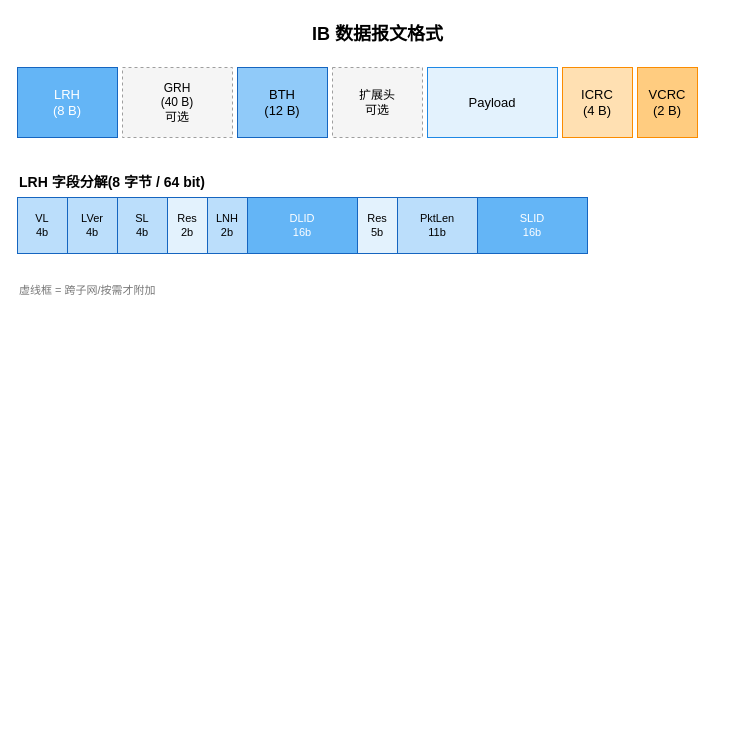
Earlier version of the draw.io diagram images/21-ib-packet-format.drawio (xiaok1051/Articles). Source tidied: cells renumbered, new cells numbered last; positions are measured from the earlier drawing's top-left corner, leaving out a move shared by most shapes. Both pictures are drawn from the tidied source at 100%, with x=0, y=0 at pixel (17, 17).
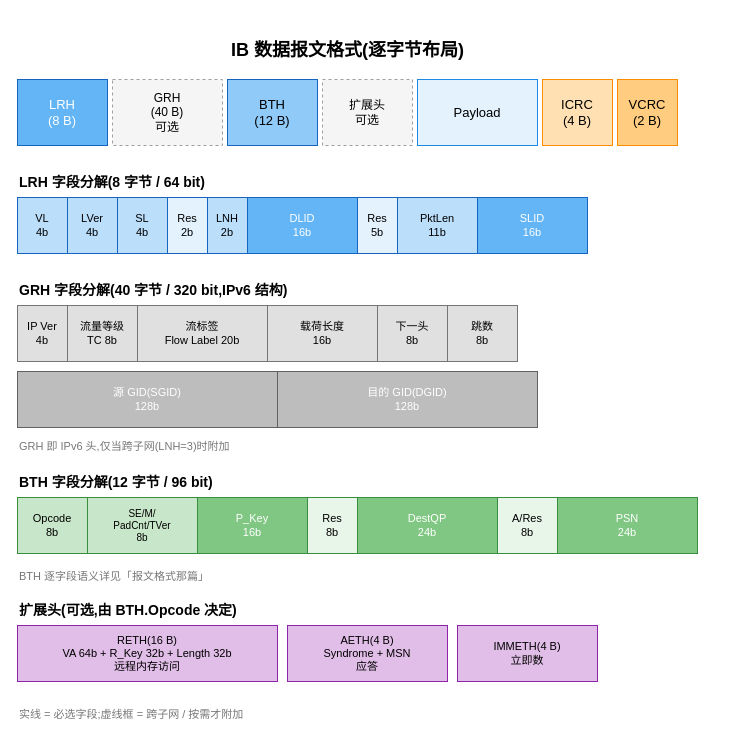
The same diagram, later.

Commit message (it also covers changes not shown here):
feat(ib): 配图2 报文格式补全 GRH/BTH/扩展头逐字段分解

Diff of the diagram source:
```diff
@@
-    <mxCell id="2" value="IB 数据报文格式" style="text;html=1;fontSize=18;fontStyle=1;align=center;" parent="1" vertex="1">
-      <mxGeometry width="720" height="32" as="geometry" />
-    </mxCell>
+    <mxCell id="21" value="IB 数据报文格式(逐字节布局)" style="text;html=1;fontSize=18;fontStyle=1;align=center;" parent="1" vertex="1">
+      <mxGeometry y="16" width="660" height="32" as="geometry" />
+    </mxCell>
     <mxCell id="3" value="LRH&#10;(8 B)" style="rounded=0;whiteSpace=wrap;html=1;fillColor=#64B5F6;strokeColor=#1565C0;fontSize=13;fontColor=#ffffff;" parent="1" vertex="1">
-      <mxGeometry y="50" width="100" height="70" as="geometry" />
+      <mxGeometry y="62" width="90" height="66" as="geometry" />
     </mxCell>
     <mxCell id="4" value="GRH&#10;(40 B)&#10;可选" style="rounded=0;whiteSpace=wrap;html=1;fillColor=#F5F5F5;strokeColor=#9E9E9E;fontSize=12;dashed=1;" parent="1" vertex="1">
-      <mxGeometry x="105" y="50" width="110" height="70" as="geometry" />
+      <mxGeometry x="95" y="62" width="110" height="66" as="geometry" />
     </mxCell>
     <mxCell id="5" value="BTH&#10;(12 B)" style="rounded=0;whiteSpace=wrap;html=1;fillColor=#90CAF9;strokeColor=#1565C0;fontSize=13;" parent="1" vertex="1">
-      <mxGeometry x="220" y="50" width="90" height="70" as="geometry" />
+      <mxGeometry x="210" y="62" width="90" height="66" as="geometry" />
     </mxCell>
     <mxCell id="6" value="扩展头&#10;可选" style="rounded=0;whiteSpace=wrap;html=1;fillColor=#F5F5F5;strokeColor=#9E9E9E;fontSize=12;dashed=1;" parent="1" vertex="1">
-      <mxGeometry x="315" y="50" width="90" height="70" as="geometry" />
+      <mxGeometry x="305" y="62" width="90" height="66" as="geometry" />
     </mxCell>
     <mxCell id="7" value="Payload" style="rounded=0;whiteSpace=wrap;html=1;fillColor=#E3F2FD;strokeColor=#1E88E5;fontSize=13;" parent="1" vertex="1">
-      <mxGeometry x="410" y="50" width="130" height="70" as="geometry" />
+      <mxGeometry x="400" y="62" width="120" height="66" as="geometry" />
     </mxCell>
     <mxCell id="8" value="ICRC&#10;(4 B)" style="rounded=0;whiteSpace=wrap;html=1;fillColor=#FFE0B2;strokeColor=#FB8C00;fontSize=13;" parent="1" vertex="1">
-      <mxGeometry x="545" y="50" width="70" height="70" as="geometry" />
+      <mxGeometry x="525" y="62" width="70" height="66" as="geometry" />
     </mxCell>
     <mxCell id="9" value="VCRC&#10;(2 B)" style="rounded=0;whiteSpace=wrap;html=1;fillColor=#FFCC80;strokeColor=#FB8C00;fontSize=13;" parent="1" vertex="1">
-      <mxGeometry x="620" y="50" width="60" height="70" as="geometry" />
+      <mxGeometry x="600" y="62" width="60" height="66" as="geometry" />
     </mxCell>
     <mxCell id="10" value="LRH 字段分解(8 字节 / 64 bit)" style="text;html=1;fontSize=14;fontStyle=1;align=left;" parent="1" vertex="1">
-      <mxGeometry y="150" width="300" height="24" as="geometry" />
+      <mxGeometry y="150" width="320" height="24" as="geometry" />
     </mxCell>
@@
-    <mxCell id="20" value="虚线框 = 跨子网/按需才附加" style="text;html=1;fontSize=11;fontColor=#777777;align=left;" parent="1" vertex="1">
-      <mxGeometry y="260" width="300" height="20" as="geometry" />
-    </mxCell>
+    <mxCell id="22" value="GRH 字段分解(40 字节 / 320 bit,IPv6 结构)" style="text;html=1;fontSize=14;fontStyle=1;align=left;" parent="1" vertex="1">
+      <mxGeometry y="258" width="360" height="24" as="geometry" />
+    </mxCell>
+    <mxCell id="23" value="IP Ver&#10;4b" style="rounded=0;whiteSpace=wrap;html=1;fillColor=#E0E0E0;strokeColor=#757575;fontSize=11;" parent="1" vertex="1">
+      <mxGeometry y="288" width="50" height="56" as="geometry" />
+    </mxCell>
+    <mxCell id="24" value="流量等级&#10;TC 8b" style="rounded=0;whiteSpace=wrap;html=1;fillColor=#E0E0E0;strokeColor=#757575;fontSize=11;" parent="1" vertex="1">
+      <mxGeometry x="50" y="288" width="70" height="56" as="geometry" />
+    </mxCell>
+    <mxCell id="25" value="流标签&#10;Flow Label 20b" style="rounded=0;whiteSpace=wrap;html=1;fillColor=#E0E0E0;strokeColor=#757575;fontSize=11;" parent="1" vertex="1">
+      <mxGeometry x="120" y="288" width="130" height="56" as="geometry" />
+    </mxCell>
+    <mxCell id="26" value="载荷长度&#10;16b" style="rounded=0;whiteSpace=wrap;html=1;fillColor=#E0E0E0;strokeColor=#757575;fontSize=11;" parent="1" vertex="1">
+      <mxGeometry x="250" y="288" width="110" height="56" as="geometry" />
+    </mxCell>
+    <mxCell id="27" value="下一头&#10;8b" style="rounded=0;whiteSpace=wrap;html=1;fillColor=#E0E0E0;strokeColor=#757575;fontSize=11;" parent="1" vertex="1">
+      <mxGeometry x="360" y="288" width="70" height="56" as="geometry" />
+    </mxCell>
+    <mxCell id="28" value="跳数&#10;8b" style="rounded=0;whiteSpace=wrap;html=1;fillColor=#E0E0E0;strokeColor=#757575;fontSize=11;" parent="1" vertex="1">
+      <mxGeometry x="430" y="288" width="70" height="56" as="geometry" />
+    </mxCell>
+    <mxCell id="29" value="源 GID(SGID)&#10;128b" style="rounded=0;whiteSpace=wrap;html=1;fillColor=#BDBDBD;strokeColor=#616161;fontSize=11;fontColor=#ffffff;" parent="1" vertex="1">
+      <mxGeometry y="354" width="260" height="56" as="geometry" />
+    </mxCell>
+    <mxCell id="30" value="目的 GID(DGID)&#10;128b" style="rounded=0;whiteSpace=wrap;html=1;fillColor=#BDBDBD;strokeColor=#616161;fontSize=11;fontColor=#ffffff;" parent="1" vertex="1">
+      <mxGeometry x="260" y="354" width="260" height="56" as="geometry" />
+    </mxCell>
+    <mxCell id="31" value="GRH 即 IPv6 头,仅当跨子网(LNH=3)时附加" style="text;html=1;fontSize=11;fontColor=#777777;align=left;" parent="1" vertex="1">
+      <mxGeometry y="416" width="360" height="20" as="geometry" />
+    </mxCell>
+    <mxCell id="32" value="BTH 字段分解(12 字节 / 96 bit)" style="text;html=1;fontSize=14;fontStyle=1;align=left;" parent="1" vertex="1">
+      <mxGeometry y="450" width="320" height="24" as="geometry" />
+    </mxCell>
+    <mxCell id="33" value="Opcode&#10;8b" style="rounded=0;whiteSpace=wrap;html=1;fillColor=#C8E6C9;strokeColor=#388E3C;fontSize=11;" parent="1" vertex="1">
+      <mxGeometry y="480" width="70" height="56" as="geometry" />
+    </mxCell>
+    <mxCell id="34" value="SE/M/&#10;PadCnt/TVer&#10;8b" style="rounded=0;whiteSpace=wrap;html=1;fillColor=#C8E6C9;strokeColor=#388E3C;fontSize=10;" parent="1" vertex="1">
+      <mxGeometry x="70" y="480" width="110" height="56" as="geometry" />
+    </mxCell>
+    <mxCell id="35" value="P_Key&#10;16b" style="rounded=0;whiteSpace=wrap;html=1;fillColor=#81C784;strokeColor=#388E3C;fontSize=11;fontColor=#ffffff;" parent="1" vertex="1">
+      <mxGeometry x="180" y="480" width="110" height="56" as="geometry" />
+    </mxCell>
+    <mxCell id="36" value="Res&#10;8b" style="rounded=0;whiteSpace=wrap;html=1;fillColor=#E8F5E9;strokeColor=#388E3C;fontSize=11;" parent="1" vertex="1">
+      <mxGeometry x="290" y="480" width="50" height="56" as="geometry" />
+    </mxCell>
+    <mxCell id="37" value="DestQP&#10;24b" style="rounded=0;whiteSpace=wrap;html=1;fillColor=#81C784;strokeColor=#388E3C;fontSize=11;fontColor=#ffffff;" parent="1" vertex="1">
+      <mxGeometry x="340" y="480" width="140" height="56" as="geometry" />
+    </mxCell>
+    <mxCell id="38" value="A/Res&#10;8b" style="rounded=0;whiteSpace=wrap;html=1;fillColor=#E8F5E9;strokeColor=#388E3C;fontSize=11;" parent="1" vertex="1">
+      <mxGeometry x="480" y="480" width="60" height="56" as="geometry" />
+    </mxCell>
+    <mxCell id="39" value="PSN&#10;24b" style="rounded=0;whiteSpace=wrap;html=1;fillColor=#81C784;strokeColor=#388E3C;fontSize=11;fontColor=#ffffff;" parent="1" vertex="1">
+      <mxGeometry x="540" y="480" width="140" height="56" as="geometry" />
+    </mxCell>
+    <mxCell id="40" value="BTH 逐字段语义详见「报文格式那篇」" style="text;html=1;fontSize=11;fontColor=#777777;align=left;" parent="1" vertex="1">
+      <mxGeometry y="546" width="360" height="20" as="geometry" />
+    </mxCell>
+    <mxCell id="41" value="扩展头(可选,由 BTH.Opcode 决定)" style="text;html=1;fontSize=14;fontStyle=1;align=left;" parent="1" vertex="1">
+      <mxGeometry y="578" width="360" height="24" as="geometry" />
+    </mxCell>
+    <mxCell id="42" value="RETH(16 B)&#10;VA 64b + R_Key 32b + Length 32b&#10;远程内存访问" style="rounded=0;whiteSpace=wrap;html=1;fillColor=#E1BEE7;strokeColor=#8E24AA;fontSize=11;" parent="1" vertex="1">
+      <mxGeometry y="608" width="260" height="56" as="geometry" />
+    </mxCell>
+    <mxCell id="43" value="AETH(4 B)&#10;Syndrome + MSN&#10;应答" style="rounded=0;whiteSpace=wrap;html=1;fillColor=#E1BEE7;strokeColor=#8E24AA;fontSize=11;" parent="1" vertex="1">
+      <mxGeometry x="270" y="608" width="160" height="56" as="geometry" />
+    </mxCell>
+    <mxCell id="44" value="IMMETH(4 B)&#10;立即数" style="rounded=0;whiteSpace=wrap;html=1;fillColor=#E1BEE7;strokeColor=#8E24AA;fontSize=11;" parent="1" vertex="1">
+      <mxGeometry x="440" y="608" width="140" height="56" as="geometry" />
+    </mxCell>
+    <mxCell id="45" value="实线 = 必选字段;虚线框 = 跨子网 / 按需才附加" style="text;html=1;fontSize=11;fontColor=#777777;align=left;" parent="1" vertex="1">
+      <mxGeometry y="684" width="360" height="20" as="geometry" />
+    </mxCell>
```
